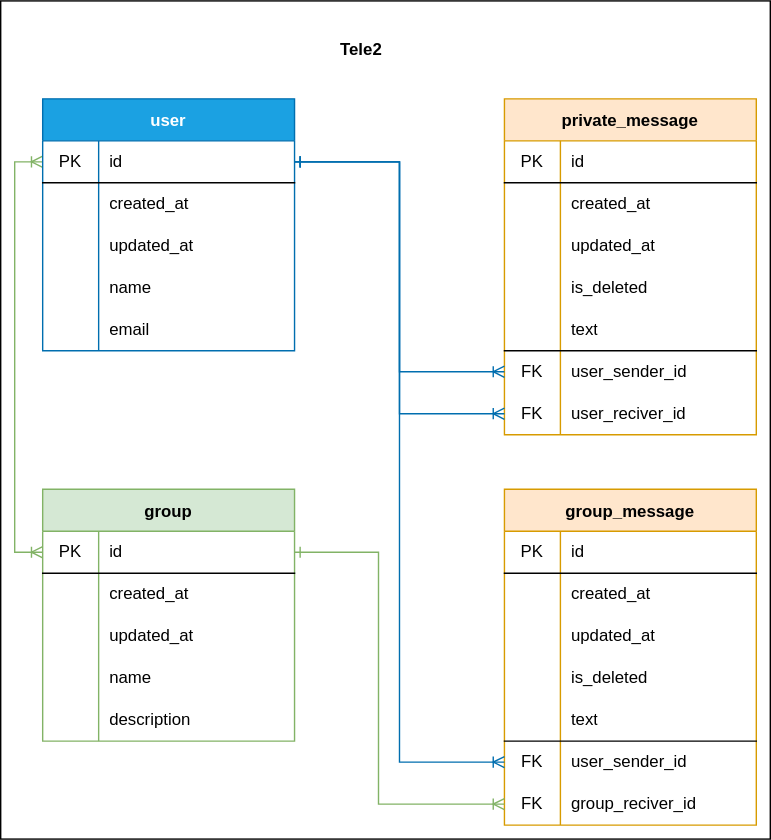
Before: db/schema_db.svg, a diagram exported from draw.io (AleksandrMac/tele2). Source tidied: cells renumbered, new cells last; positions are measured from the earlier drawing's top-left corner, leaving out a move shared by most shapes.
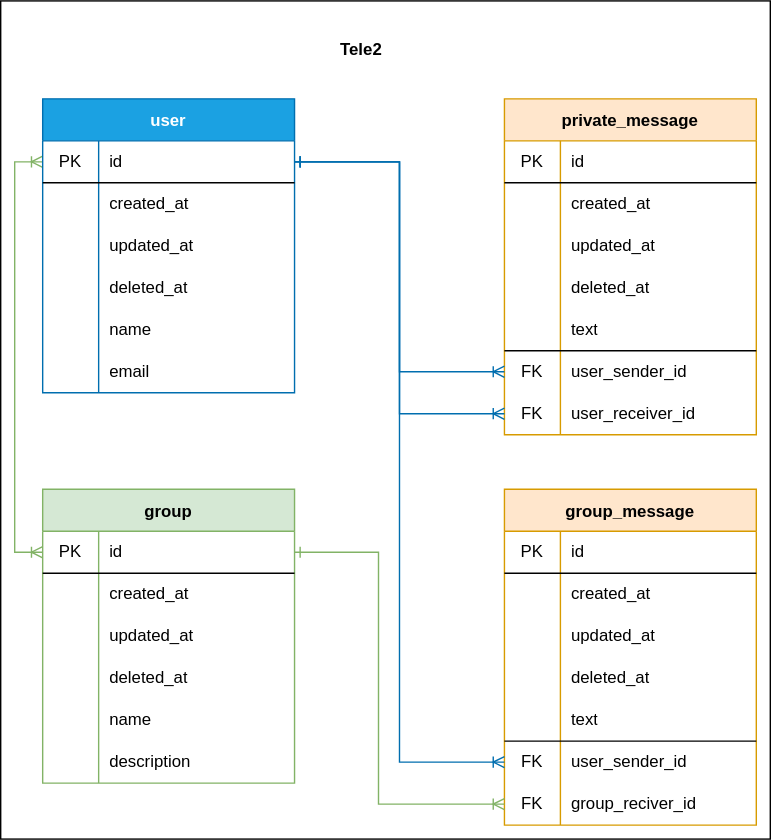
After the commit.

What changed in the source:
```diff
@@ -12,7 +12,7 @@
       <mxGeometry relative="1" as="geometry" />
     </mxCell>
     <mxCell id="5" value="user" style="shape=table;startSize=30;rowLines=0;fontStyle=1;align=center;flipH=0;flipV=0;fillColor=#1ba1e2;fontColor=#ffffff;strokeColor=#006EAF;" parent="1" vertex="1">
-      <mxGeometry x="30" y="70" width="180" height="180" as="geometry" />
+      <mxGeometry x="30" y="70" width="180" height="210" as="geometry" />
     </mxCell>
     <mxCell id="6" style="shape=partialRectangle;html=1;whiteSpace=wrap;fillColor=none;top=0;left=0;bottom=1;right=0;points=[[0,0.5],[1,0.5]];portConstraint=eastwest;strokeColor=default;" parent="5" vertex="1">
       <mxGeometry y="30" width="180" height="30" as="geometry" />
@@ -41,8 +41,17 @@
     <mxCell id="14" value="updated_at" style="shape=partialRectangle;html=1;whiteSpace=wrap;fillColor=none;top=0;left=0;bottom=0;right=0;align=left;spacingLeft=6;overflow=hidden;strokeColor=#82b366;" parent="12" vertex="1">
       <mxGeometry x="40" width="140" height="30" as="geometry" />
     </mxCell>
+    <mxCell id="85" style="shape=partialRectangle;html=1;whiteSpace=wrap;fillColor=none;top=0;left=0;bottom=0;right=0;" parent="5" vertex="1">
+      <mxGeometry y="120" width="180" height="30" as="geometry" />
+    </mxCell>
+    <mxCell id="86" value="&lt;br/&gt;" style="shape=partialRectangle;html=1;whiteSpace=wrap;fillColor=none;top=0;left=0;bottom=0;right=0;overflow=hidden;" parent="85" vertex="1">
+      <mxGeometry width="40" height="30" as="geometry" />
+    </mxCell>
+    <mxCell id="87" value="deleted_at" style="shape=partialRectangle;html=1;whiteSpace=wrap;fillColor=none;top=0;left=0;bottom=0;right=0;align=left;spacingLeft=6;overflow=hidden;strokeColor=#82b366;" parent="85" vertex="1">
+      <mxGeometry x="40" width="140" height="30" as="geometry" />
+    </mxCell>
     <mxCell id="15" style="shape=partialRectangle;html=1;whiteSpace=wrap;fillColor=none;top=0;left=0;bottom=0;right=0;" parent="5" vertex="1">
-      <mxGeometry y="120" width="180" height="30" as="geometry" />
+      <mxGeometry y="150" width="180" height="30" as="geometry" />
     </mxCell>
     <mxCell id="16" value="&lt;br/&gt;" style="shape=partialRectangle;html=1;whiteSpace=wrap;fillColor=none;top=0;left=0;bottom=0;right=0;overflow=hidden;" parent="15" vertex="1">
       <mxGeometry width="40" height="30" as="geometry" />
@@ -51,7 +60,7 @@
       <mxGeometry x="40" width="140" height="30" as="geometry" />
     </mxCell>
     <mxCell id="18" style="shape=partialRectangle;html=1;whiteSpace=wrap;fillColor=none;top=0;left=0;bottom=0;right=0;" parent="5" vertex="1">
-      <mxGeometry y="150" width="180" height="30" as="geometry" />
+      <mxGeometry y="180" width="180" height="30" as="geometry" />
     </mxCell>
     <mxCell id="19" style="shape=partialRectangle;html=1;whiteSpace=wrap;fillColor=none;top=0;left=0;bottom=0;right=0;overflow=hidden;" parent="18" vertex="1">
       <mxGeometry width="40" height="30" as="geometry" />
@@ -95,7 +104,7 @@
     <mxCell id="32" value="&lt;br/&gt;" style="shape=partialRectangle;html=1;whiteSpace=wrap;fillColor=none;top=0;left=0;bottom=0;right=0;overflow=hidden;" parent="31" vertex="1">
       <mxGeometry width="40" height="30" as="geometry" />
     </mxCell>
-    <mxCell id="33" value="&lt;div&gt;is_deleted&lt;/div&gt;" style="shape=partialRectangle;html=1;whiteSpace=wrap;fillColor=none;top=0;left=0;bottom=0;right=0;align=left;spacingLeft=6;overflow=hidden;strokeColor=#82b366;" parent="31" vertex="1">
+    <mxCell id="33" value="&lt;div&gt;deleted_at&lt;/div&gt;" style="shape=partialRectangle;html=1;whiteSpace=wrap;fillColor=none;top=0;left=0;bottom=0;right=0;align=left;spacingLeft=6;overflow=hidden;strokeColor=#82b366;" parent="31" vertex="1">
       <mxGeometry x="40" width="140" height="30" as="geometry" />
     </mxCell>
     <mxCell id="34" style="shape=partialRectangle;html=1;whiteSpace=wrap;fillColor=none;top=0;left=0;bottom=0;right=0;" parent="21" vertex="1">
@@ -122,11 +131,11 @@
     <mxCell id="41" value="FK" style="shape=partialRectangle;html=1;whiteSpace=wrap;fillColor=none;top=0;left=0;bottom=0;right=0;overflow=hidden;" parent="40" vertex="1">
       <mxGeometry width="40" height="30" as="geometry" />
     </mxCell>
-    <mxCell id="42" value="user_reciver_id" style="shape=partialRectangle;html=1;whiteSpace=wrap;fillColor=none;top=0;left=0;bottom=0;right=0;align=left;spacingLeft=6;overflow=hidden;strokeColor=#82b366;" parent="40" vertex="1">
+    <mxCell id="42" value="user_receiver_id" style="shape=partialRectangle;html=1;whiteSpace=wrap;fillColor=none;top=0;left=0;bottom=0;right=0;align=left;spacingLeft=6;overflow=hidden;strokeColor=#82b366;" parent="40" vertex="1">
       <mxGeometry x="40" width="140" height="30" as="geometry" />
     </mxCell>
     <mxCell id="43" value="group" style="shape=table;startSize=30;rowLines=0;fontStyle=1;align=center;flipH=0;flipV=0;fillColor=#d5e8d4;strokeColor=#82b366;" parent="1" vertex="1">
-      <mxGeometry x="30" y="349" width="180" height="180" as="geometry" />
+      <mxGeometry x="30" y="349" width="180" height="210" as="geometry" />
     </mxCell>
     <mxCell id="44" style="shape=partialRectangle;html=1;whiteSpace=wrap;fillColor=none;top=0;left=0;bottom=1;right=0;points=[[0,0.5],[1,0.5]];portConstraint=eastwest;strokeColor=default;" parent="43" vertex="1">
       <mxGeometry y="30" width="180" height="30" as="geometry" />
@@ -155,8 +164,17 @@
     <mxCell id="52" value="updated_at" style="shape=partialRectangle;html=1;whiteSpace=wrap;fillColor=none;top=0;left=0;bottom=0;right=0;align=left;spacingLeft=6;overflow=hidden;strokeColor=#82b366;" parent="50" vertex="1">
       <mxGeometry x="40" width="140" height="30" as="geometry" />
     </mxCell>
+    <mxCell id="88" style="shape=partialRectangle;html=1;whiteSpace=wrap;fillColor=none;top=0;left=0;bottom=0;right=0;" parent="43" vertex="1">
+      <mxGeometry y="120" width="180" height="30" as="geometry" />
+    </mxCell>
+    <mxCell id="89" style="shape=partialRectangle;html=1;whiteSpace=wrap;fillColor=none;top=0;left=0;bottom=0;right=0;overflow=hidden;" parent="88" vertex="1">
+      <mxGeometry width="40" height="30" as="geometry" />
+    </mxCell>
+    <mxCell id="90" value="deleted_at" style="shape=partialRectangle;html=1;whiteSpace=wrap;fillColor=none;top=0;left=0;bottom=0;right=0;align=left;spacingLeft=6;overflow=hidden;strokeColor=#82b366;" parent="88" vertex="1">
+      <mxGeometry x="40" width="140" height="30" as="geometry" />
+    </mxCell>
     <mxCell id="53" style="shape=partialRectangle;html=1;whiteSpace=wrap;fillColor=none;top=0;left=0;bottom=0;right=0;" parent="43" vertex="1">
-      <mxGeometry y="120" width="180" height="30" as="geometry" />
+      <mxGeometry y="150" width="180" height="30" as="geometry" />
     </mxCell>
     <mxCell id="54" value="&lt;br/&gt;" style="shape=partialRectangle;html=1;whiteSpace=wrap;fillColor=none;top=0;left=0;bottom=0;right=0;overflow=hidden;" parent="53" vertex="1">
       <mxGeometry width="40" height="30" as="geometry" />
@@ -165,7 +183,7 @@
       <mxGeometry x="40" width="140" height="30" as="geometry" />
     </mxCell>
     <mxCell id="56" style="shape=partialRectangle;html=1;whiteSpace=wrap;fillColor=none;top=0;left=0;bottom=0;right=0;" parent="43" vertex="1">
-      <mxGeometry y="150" width="180" height="30" as="geometry" />
+      <mxGeometry y="180" width="180" height="30" as="geometry" />
     </mxCell>
     <mxCell id="57" style="shape=partialRectangle;html=1;whiteSpace=wrap;fillColor=none;top=0;left=0;bottom=0;right=0;overflow=hidden;" parent="56" vertex="1">
       <mxGeometry width="40" height="30" as="geometry" />
@@ -209,7 +227,7 @@
     <mxCell id="70" value="&lt;br/&gt;" style="shape=partialRectangle;html=1;whiteSpace=wrap;fillColor=none;top=0;left=0;bottom=0;right=0;overflow=hidden;" parent="69" vertex="1">
       <mxGeometry width="40" height="30" as="geometry" />
     </mxCell>
-    <mxCell id="71" value="&lt;div&gt;is_deleted&lt;/div&gt;" style="shape=partialRectangle;html=1;whiteSpace=wrap;fillColor=none;top=0;left=0;bottom=0;right=0;align=left;spacingLeft=6;overflow=hidden;strokeColor=#82b366;" parent="69" vertex="1">
+    <mxCell id="71" value="&lt;div&gt;deleted_at&lt;/div&gt;" style="shape=partialRectangle;html=1;whiteSpace=wrap;fillColor=none;top=0;left=0;bottom=0;right=0;align=left;spacingLeft=6;overflow=hidden;strokeColor=#82b366;" parent="69" vertex="1">
       <mxGeometry x="40" width="140" height="30" as="geometry" />
     </mxCell>
     <mxCell id="72" style="shape=partialRectangle;html=1;whiteSpace=wrap;fillColor=none;top=0;left=0;bottom=0;right=0;" parent="59" vertex="1">
```
